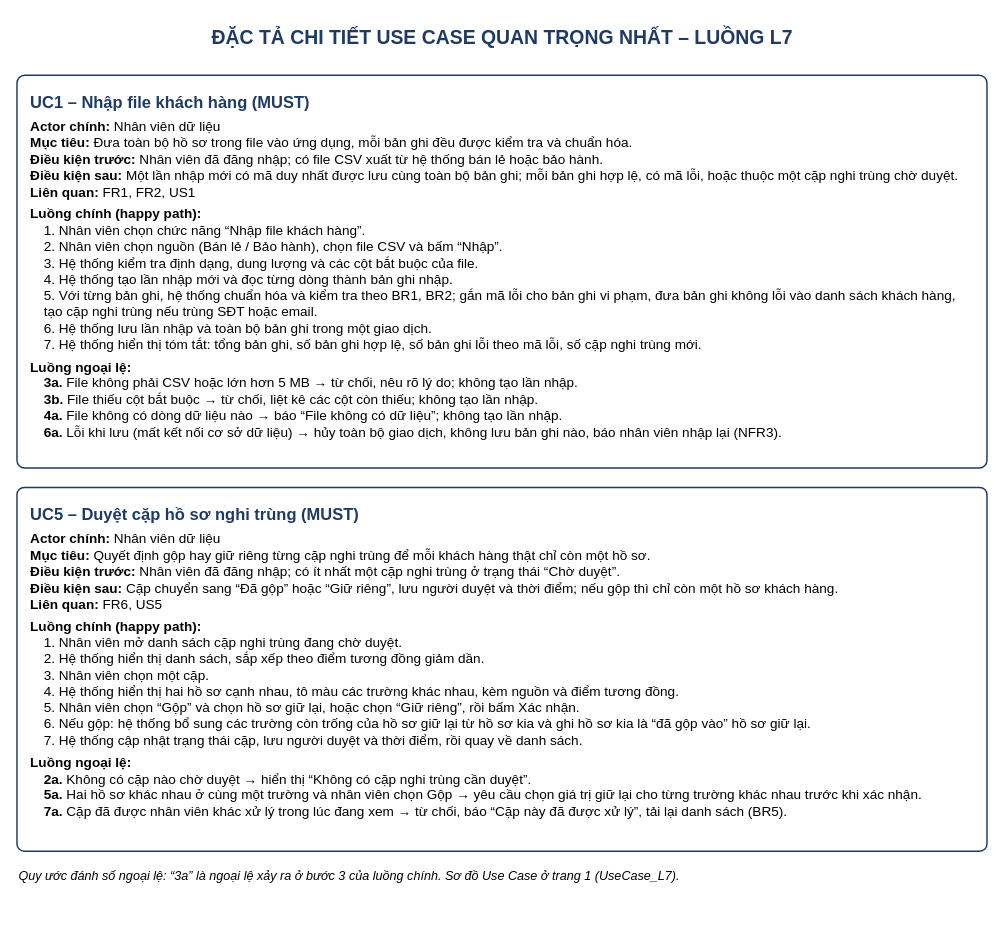
Before: page "DacTa_UseCase" (2 of 2) of docs/usecase.drawio in phongkasa2223/cdtn1-LeTanPhong-L7, a draw.io diagram. Source tidied: cells renumbered, new cells numbered last; positions are measured from the earlier drawing's top-left corner, leaving out a move shared by most shapes. Both pictures are drawn from the tidied source at 97%, with x=0, y=0 at pixel (16, 16).
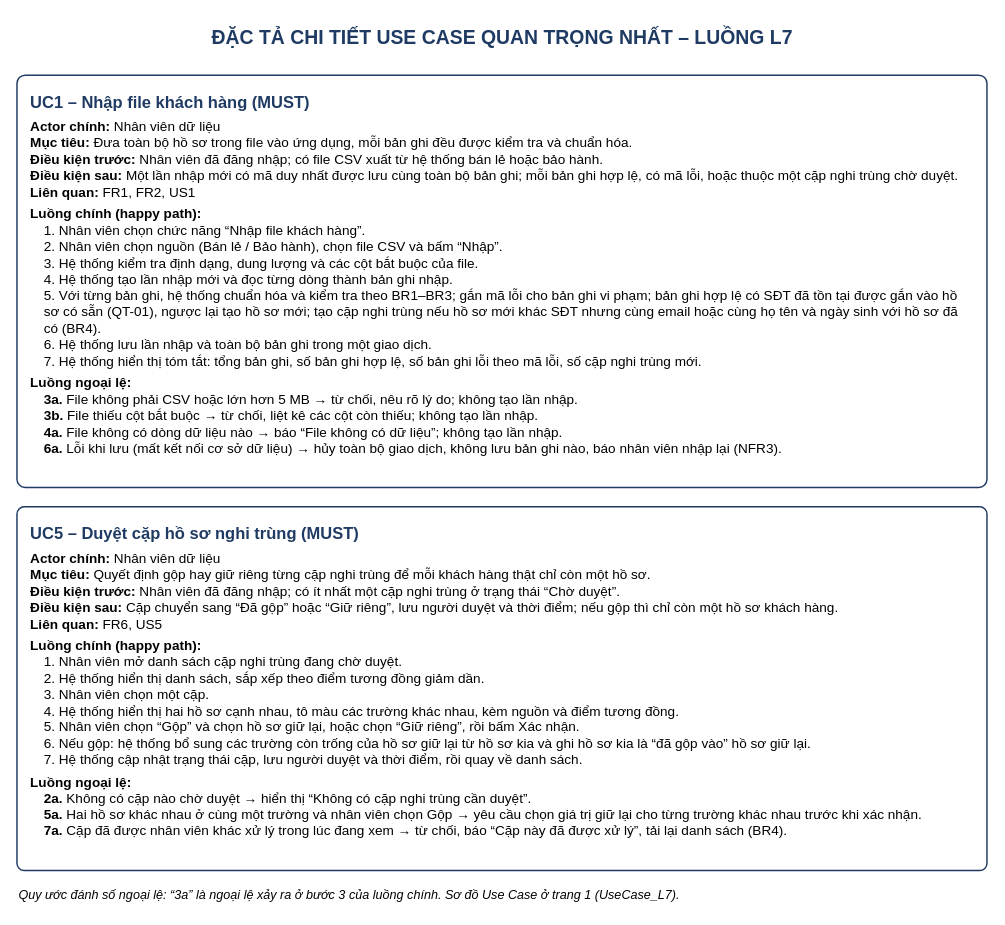
Above is the later version.

Diff of the diagram source:
```diff
@@
 <mxGraphModel background="#FFFFFF">
   <root>
     <mxCell id="0" />
     <mxCell id="1" parent="0" />
     <mxCell id="2" value="ĐẶC TẢ CHI TIẾT USE CASE QUAN TRỌNG NHẤT – LUỒNG L7" style="text;html=1;align=center;verticalAlign=middle;fontSize=20;fontStyle=1;fontColor=#1F3B63;fontFamily=Arial;" parent="1" vertex="1">
       <mxGeometry width="1000" height="40" as="geometry" />
     </mxCell>
-    <mxCell id="3" value="&lt;div style='font-size:17px;font-weight:bold;color:#1F3B63;margin-bottom:6px'&gt;UC1 – Nhập file khách hàng (MUST)&lt;/div&gt;&lt;div&gt;&lt;b&gt;Actor chính:&lt;/b&gt; Nhân viên dữ liệu&lt;/div&gt;&lt;div&gt;&lt;b&gt;Mục tiêu:&lt;/b&gt; Đưa toàn bộ hồ sơ trong file vào ứng dụng, mỗi bản ghi đều được kiểm tra và chuẩn hóa.&lt;/div&gt;&lt;div&gt;&lt;b&gt;Điều kiện trước:&lt;/b&gt; Nhân viên đã đăng nhập; có file CSV xuất từ hệ thống bán lẻ hoặc bảo hành.&lt;/div&gt;&lt;div&gt;&lt;b&gt;Điều kiện sau:&lt;/b&gt; Một lần nhập mới có mã duy nhất được lưu cùng toàn bộ bản ghi; mỗi bản ghi hợp lệ, có mã lỗi, hoặc thuộc một cặp nghi trùng chờ duyệt.&lt;/div&gt;&lt;div&gt;&lt;b&gt;Liên quan:&lt;/b&gt; FR1, FR2, US1&lt;/div&gt;&lt;div style='margin-top:6px'&gt;&lt;b&gt;Luồng chính (happy path):&lt;/b&gt;&lt;/div&gt;&lt;div style='padding-left:14px'&gt;1. Nhân viên chọn chức năng “Nhập file khách hàng”.&lt;/div&gt;&lt;div style='padding-left:14px'&gt;2. Nhân viên chọn nguồn (Bán lẻ / Bảo hành), chọn file CSV và bấm “Nhập”.&lt;/div&gt;&lt;div style='padding-left:14px'&gt;3. Hệ thống kiểm tra định dạng, dung lượng và các cột bắt buộc của file.&lt;/div&gt;&lt;div style='padding-left:14px'&gt;4. Hệ thống tạo lần nhập mới và đọc từng dòng thành bản ghi nhập.&lt;/div&gt;&lt;div style='padding-left:14px'&gt;5. Với từng bản ghi, hệ thống chuẩn hóa và kiểm tra theo BR1, BR2; gắn mã lỗi cho bản ghi vi phạm, đưa bản ghi không lỗi vào danh sách khách hàng, tạo cặp nghi trùng nếu trùng SĐT hoặc email.&lt;/div&gt;&lt;div style='padding-left:14px'&gt;6. Hệ thống lưu lần nhập và toàn bộ bản ghi trong một giao dịch.&lt;/div&gt;&lt;div style='padding-left:14px'&gt;7. Hệ thống hiển thị tóm tắt: tổng bản ghi, số bản ghi hợp lệ, số bản ghi lỗi theo mã lỗi, số cặp nghi trùng mới.&lt;/div&gt;&lt;div style='margin-top:6px'&gt;&lt;b&gt;Luồng ngoại lệ:&lt;/b&gt;&lt;/div&gt;&lt;div style='padding-left:14px'&gt;&lt;b&gt;3a.&lt;/b&gt; File không phải CSV hoặc lớn hơn 5 MB → từ chối, nêu rõ lý do; không tạo lần nhập.&lt;/div&gt;&lt;div style='padding-left:14px'&gt;&lt;b&gt;3b.&lt;/b&gt; File thiếu cột bắt buộc → từ chối, liệt kê các cột còn thiếu; không tạo lần nhập.&lt;/div&gt;&lt;div style='padding-left:14px'&gt;&lt;b&gt;4a.&lt;/b&gt; File không có dòng dữ liệu nào → báo “File không có dữ liệu”; không tạo lần nhập.&lt;/div&gt;&lt;div style='padding-left:14px'&gt;&lt;b&gt;6a.&lt;/b&gt; Lỗi khi lưu (mất kết nối cơ sở dữ liệu) → hủy toàn bộ giao dịch, không lưu bản ghi nào, báo nhân viên nhập lại (NFR3).&lt;/div&gt;" style="rounded=1;arcSize=2;whiteSpace=wrap;html=1;align=left;verticalAlign=top;spacing=14;fillColor=#FFFFFF;strokeColor=#1F3B63;strokeWidth=1.5;fontSize=14;fontFamily=Arial;" parent="1" vertex="1">
-      <mxGeometry y="60" width="1000" height="405" as="geometry" />
+    <mxCell id="3" value="&lt;div style='font-size:17px;font-weight:bold;color:#1F3B63;margin-bottom:6px'&gt;UC1 – Nhập file khách hàng (MUST)&lt;/div&gt;&lt;div&gt;&lt;b&gt;Actor chính:&lt;/b&gt; Nhân viên dữ liệu&lt;/div&gt;&lt;div&gt;&lt;b&gt;Mục tiêu:&lt;/b&gt; Đưa toàn bộ hồ sơ trong file vào ứng dụng, mỗi bản ghi đều được kiểm tra và chuẩn hóa.&lt;/div&gt;&lt;div&gt;&lt;b&gt;Điều kiện trước:&lt;/b&gt; Nhân viên đã đăng nhập; có file CSV xuất từ hệ thống bán lẻ hoặc bảo hành.&lt;/div&gt;&lt;div&gt;&lt;b&gt;Điều kiện sau:&lt;/b&gt; Một lần nhập mới có mã duy nhất được lưu cùng toàn bộ bản ghi; mỗi bản ghi hợp lệ, có mã lỗi, hoặc thuộc một cặp nghi trùng chờ duyệt.&lt;/div&gt;&lt;div&gt;&lt;b&gt;Liên quan:&lt;/b&gt; FR1, FR2, US1&lt;/div&gt;&lt;div style='margin-top:6px'&gt;&lt;b&gt;Luồng chính (happy path):&lt;/b&gt;&lt;/div&gt;&lt;div style='padding-left:14px'&gt;1. Nhân viên chọn chức năng “Nhập file khách hàng”.&lt;/div&gt;&lt;div style='padding-left:14px'&gt;2. Nhân viên chọn nguồn (Bán lẻ / Bảo hành), chọn file CSV và bấm “Nhập”.&lt;/div&gt;&lt;div style='padding-left:14px'&gt;3. Hệ thống kiểm tra định dạng, dung lượng và các cột bắt buộc của file.&lt;/div&gt;&lt;div style='padding-left:14px'&gt;4. Hệ thống tạo lần nhập mới và đọc từng dòng thành bản ghi nhập.&lt;/div&gt;&lt;div style='padding-left:14px'&gt;5. Với từng bản ghi, hệ thống chuẩn hóa và kiểm tra theo BR1–BR3; gắn mã lỗi cho bản ghi vi phạm; bản ghi hợp lệ có SĐT đã tồn tại được gắn vào hồ sơ có sẵn (QT-01), ngược lại tạo hồ sơ mới; tạo cặp nghi trùng nếu hồ sơ mới khác SĐT nhưng cùng email hoặc cùng họ tên và ngày sinh với hồ sơ đã có (BR4).&lt;/div&gt;&lt;div style='padding-left:14px'&gt;6. Hệ thống lưu lần nhập và toàn bộ bản ghi trong một giao dịch.&lt;/div&gt;&lt;div style='padding-left:14px'&gt;7. Hệ thống hiển thị tóm tắt: tổng bản ghi, số bản ghi hợp lệ, số bản ghi lỗi theo mã lỗi, số cặp nghi trùng mới.&lt;/div&gt;&lt;div style='margin-top:6px'&gt;&lt;b&gt;Luồng ngoại lệ:&lt;/b&gt;&lt;/div&gt;&lt;div style='padding-left:14px'&gt;&lt;b&gt;3a.&lt;/b&gt; File không phải CSV hoặc lớn hơn 5 MB → từ chối, nêu rõ lý do; không tạo lần nhập.&lt;/div&gt;&lt;div style='padding-left:14px'&gt;&lt;b&gt;3b.&lt;/b&gt; File thiếu cột bắt buộc → từ chối, liệt kê các cột còn thiếu; không tạo lần nhập.&lt;/div&gt;&lt;div style='padding-left:14px'&gt;&lt;b&gt;4a.&lt;/b&gt; File không có dòng dữ liệu nào → báo “File không có dữ liệu”; không tạo lần nhập.&lt;/div&gt;&lt;div style='padding-left:14px'&gt;&lt;b&gt;6a.&lt;/b&gt; Lỗi khi lưu (mất kết nối cơ sở dữ liệu) → hủy toàn bộ giao dịch, không lưu bản ghi nào, báo nhân viên nhập lại (NFR3).&lt;/div&gt;" style="rounded=1;arcSize=2;whiteSpace=wrap;html=1;align=left;verticalAlign=top;spacing=14;fillColor=#FFFFFF;strokeColor=#1F3B63;strokeWidth=1.5;fontSize=14;fontFamily=Arial;" parent="1" vertex="1">
+      <mxGeometry y="60" width="1000" height="425" as="geometry" />
     </mxCell>
-    <mxCell id="4" value="&lt;div style='font-size:17px;font-weight:bold;color:#1F3B63;margin-bottom:6px'&gt;UC5 – Duyệt cặp hồ sơ nghi trùng (MUST)&lt;/div&gt;&lt;div&gt;&lt;b&gt;Actor chính:&lt;/b&gt; Nhân viên dữ liệu&lt;/div&gt;&lt;div&gt;&lt;b&gt;Mục tiêu:&lt;/b&gt; Quyết định gộp hay giữ riêng từng cặp nghi trùng để mỗi khách hàng thật chỉ còn một hồ sơ.&lt;/div&gt;&lt;div&gt;&lt;b&gt;Điều kiện trước:&lt;/b&gt; Nhân viên đã đăng nhập; có ít nhất một cặp nghi trùng ở trạng thái “Chờ duyệt”.&lt;/div&gt;&lt;div&gt;&lt;b&gt;Điều kiện sau:&lt;/b&gt; Cặp chuyển sang “Đã gộp” hoặc “Giữ riêng”, lưu người duyệt và thời điểm; nếu gộp thì chỉ còn một hồ sơ khách hàng.&lt;/div&gt;&lt;div&gt;&lt;b&gt;Liên quan:&lt;/b&gt; FR6, US5&lt;/div&gt;&lt;div style='margin-top:6px'&gt;&lt;b&gt;Luồng chính (happy path):&lt;/b&gt;&lt;/div&gt;&lt;div style='padding-left:14px'&gt;1. Nhân viên mở danh sách cặp nghi trùng đang chờ duyệt.&lt;/div&gt;&lt;div style='padding-left:14px'&gt;2. Hệ thống hiển thị danh sách, sắp xếp theo điểm tương đồng giảm dần.&lt;/div&gt;&lt;div style='padding-left:14px'&gt;3. Nhân viên chọn một cặp.&lt;/div&gt;&lt;div style='padding-left:14px'&gt;4. Hệ thống hiển thị hai hồ sơ cạnh nhau, tô màu các trường khác nhau, kèm nguồn và điểm tương đồng.&lt;/div&gt;&lt;div style='padding-left:14px'&gt;5. Nhân viên chọn “Gộp” và chọn hồ sơ giữ lại, hoặc chọn “Giữ riêng”, rồi bấm Xác nhận.&lt;/div&gt;&lt;div style='padding-left:14px'&gt;6. Nếu gộp: hệ thống bổ sung các trường còn trống của hồ sơ giữ lại từ hồ sơ kia và ghi hồ sơ kia là “đã gộp vào” hồ sơ giữ lại.&lt;/div&gt;&lt;div style='padding-left:14px'&gt;7. Hệ thống cập nhật trạng thái cặp, lưu người duyệt và thời điểm, rồi quay về danh sách.&lt;/div&gt;&lt;div style='margin-top:6px'&gt;&lt;b&gt;Luồng ngoại lệ:&lt;/b&gt;&lt;/div&gt;&lt;div style='padding-left:14px'&gt;&lt;b&gt;2a.&lt;/b&gt; Không có cặp nào chờ duyệt → hiển thị “Không có cặp nghi trùng cần duyệt”.&lt;/div&gt;&lt;div style='padding-left:14px'&gt;&lt;b&gt;5a.&lt;/b&gt; Hai hồ sơ khác nhau ở cùng một trường và nhân viên chọn Gộp → yêu cầu chọn giá trị giữ lại cho từng trường khác nhau trước khi xác nhận.&lt;/div&gt;&lt;div style='padding-left:14px'&gt;&lt;b&gt;7a.&lt;/b&gt; Cặp đã được nhân viên khác xử lý trong lúc đang xem → từ chối, báo “Cặp này đã được xử lý”, tải lại danh sách (BR5).&lt;/div&gt;" style="rounded=1;arcSize=2;whiteSpace=wrap;html=1;align=left;verticalAlign=top;spacing=14;fillColor=#FFFFFF;strokeColor=#1F3B63;strokeWidth=1.5;fontSize=14;fontFamily=Arial;" parent="1" vertex="1">
-      <mxGeometry y="485" width="1000" height="375" as="geometry" />
+    <mxCell id="4" value="&lt;div style='font-size:17px;font-weight:bold;color:#1F3B63;margin-bottom:6px'&gt;UC5 – Duyệt cặp hồ sơ nghi trùng (MUST)&lt;/div&gt;&lt;div&gt;&lt;b&gt;Actor chính:&lt;/b&gt; Nhân viên dữ liệu&lt;/div&gt;&lt;div&gt;&lt;b&gt;Mục tiêu:&lt;/b&gt; Quyết định gộp hay giữ riêng từng cặp nghi trùng để mỗi khách hàng thật chỉ còn một hồ sơ.&lt;/div&gt;&lt;div&gt;&lt;b&gt;Điều kiện trước:&lt;/b&gt; Nhân viên đã đăng nhập; có ít nhất một cặp nghi trùng ở trạng thái “Chờ duyệt”.&lt;/div&gt;&lt;div&gt;&lt;b&gt;Điều kiện sau:&lt;/b&gt; Cặp chuyển sang “Đã gộp” hoặc “Giữ riêng”, lưu người duyệt và thời điểm; nếu gộp thì chỉ còn một hồ sơ khách hàng.&lt;/div&gt;&lt;div&gt;&lt;b&gt;Liên quan:&lt;/b&gt; FR6, US5&lt;/div&gt;&lt;div style='margin-top:6px'&gt;&lt;b&gt;Luồng chính (happy path):&lt;/b&gt;&lt;/div&gt;&lt;div style='padding-left:14px'&gt;1. Nhân viên mở danh sách cặp nghi trùng đang chờ duyệt.&lt;/div&gt;&lt;div style='padding-left:14px'&gt;2. Hệ thống hiển thị danh sách, sắp xếp theo điểm tương đồng giảm dần.&lt;/div&gt;&lt;div style='padding-left:14px'&gt;3. Nhân viên chọn một cặp.&lt;/div&gt;&lt;div style='padding-left:14px'&gt;4. Hệ thống hiển thị hai hồ sơ cạnh nhau, tô màu các trường khác nhau, kèm nguồn và điểm tương đồng.&lt;/div&gt;&lt;div style='padding-left:14px'&gt;5. Nhân viên chọn “Gộp” và chọn hồ sơ giữ lại, hoặc chọn “Giữ riêng”, rồi bấm Xác nhận.&lt;/div&gt;&lt;div style='padding-left:14px'&gt;6. Nếu gộp: hệ thống bổ sung các trường còn trống của hồ sơ giữ lại từ hồ sơ kia và ghi hồ sơ kia là “đã gộp vào” hồ sơ giữ lại.&lt;/div&gt;&lt;div style='padding-left:14px'&gt;7. Hệ thống cập nhật trạng thái cặp, lưu người duyệt và thời điểm, rồi quay về danh sách.&lt;/div&gt;&lt;div style='margin-top:6px'&gt;&lt;b&gt;Luồng ngoại lệ:&lt;/b&gt;&lt;/div&gt;&lt;div style='padding-left:14px'&gt;&lt;b&gt;2a.&lt;/b&gt; Không có cặp nào chờ duyệt → hiển thị “Không có cặp nghi trùng cần duyệt”.&lt;/div&gt;&lt;div style='padding-left:14px'&gt;&lt;b&gt;5a.&lt;/b&gt; Hai hồ sơ khác nhau ở cùng một trường và nhân viên chọn Gộp → yêu cầu chọn giá trị giữ lại cho từng trường khác nhau trước khi xác nhận.&lt;/div&gt;&lt;div style='padding-left:14px'&gt;&lt;b&gt;7a.&lt;/b&gt; Cặp đã được nhân viên khác xử lý trong lúc đang xem → từ chối, báo “Cặp này đã được xử lý”, tải lại danh sách (BR4).&lt;/div&gt;" style="rounded=1;arcSize=2;whiteSpace=wrap;html=1;align=left;verticalAlign=top;spacing=14;fillColor=#FFFFFF;strokeColor=#1F3B63;strokeWidth=1.5;fontSize=14;fontFamily=Arial;" parent="1" vertex="1">
+      <mxGeometry y="505" width="1000" height="375" as="geometry" />
     </mxCell>
     <mxCell id="5" value="Quy ước đánh số ngoại lệ: “3a” là ngoại lệ xảy ra ở bước 3 của luồng chính. Sơ đồ Use Case ở trang 1 (UseCase_L7)." style="text;html=1;align=left;verticalAlign=middle;fontSize=13;fontStyle=2;fontFamily=Arial;" parent="1" vertex="1">
-      <mxGeometry y="870" width="1000" height="30" as="geometry" />
+      <mxGeometry y="890" width="1000" height="30" as="geometry" />
     </mxCell>
   </root>
 </mxGraphModel>
```
